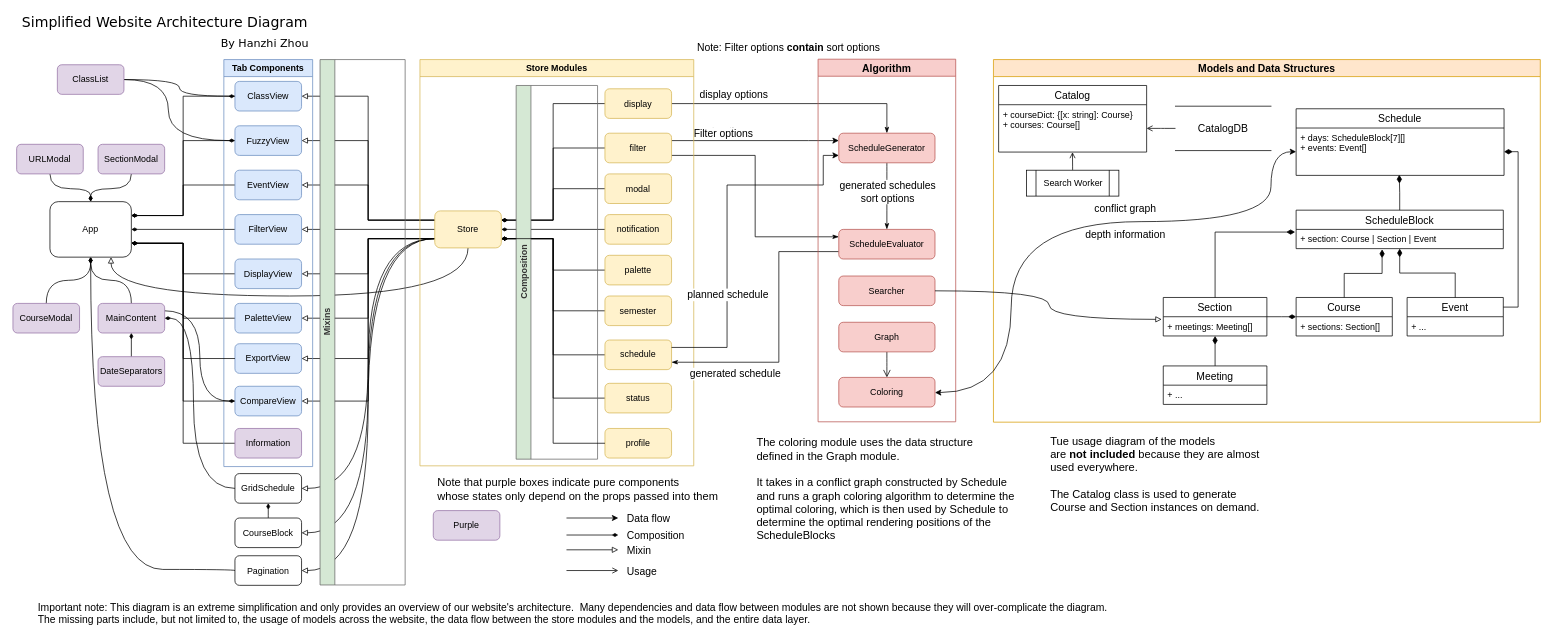
Earlier version of the draw.io diagram docs/Website Architecture.drawio (awesome-schedule/plannable). Source tidied: cells renumbered, new cells numbered last; positions are measured from the earlier drawing's top-left corner, leaving out a move shared by most shapes. Both pictures are drawn from the tidied source at 74%, with x=0, y=0 at pixel (13, 14).
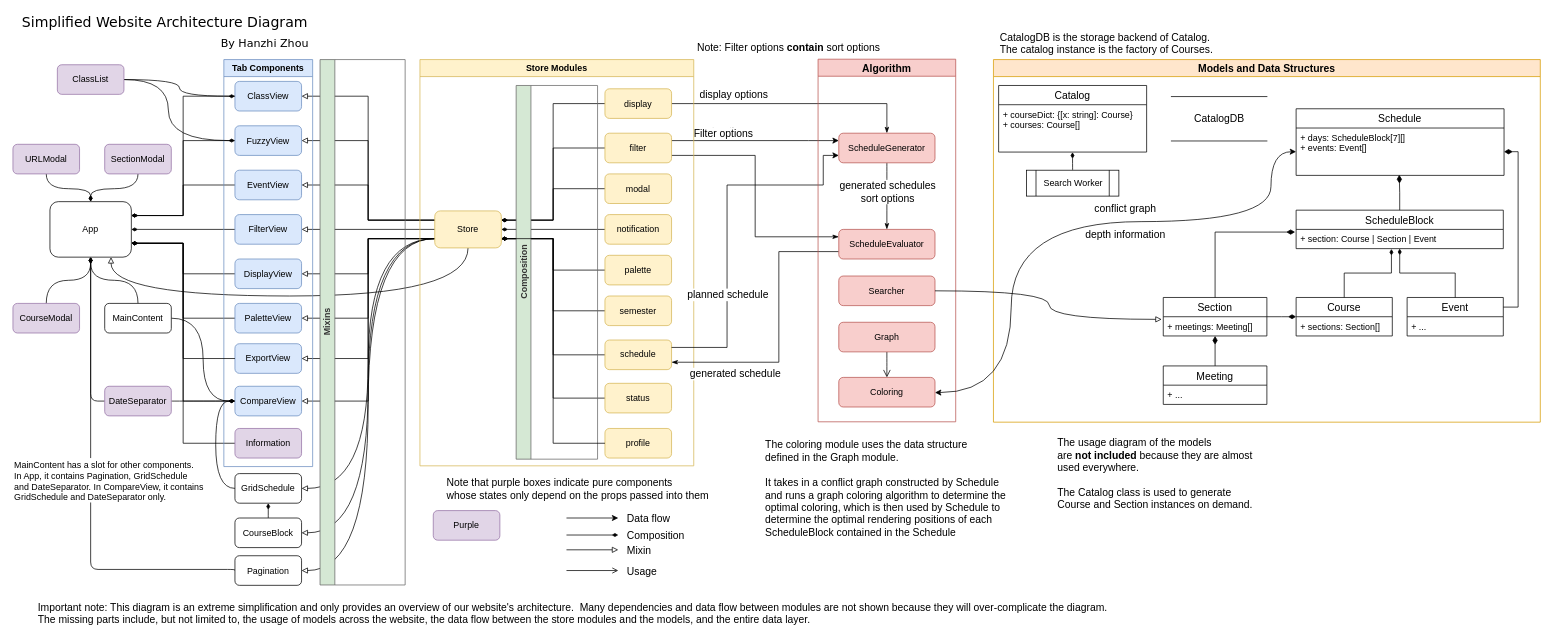
The same page after the edit.

Unchanged cells that the change refers to:
```xml
<mxCell id="41" value="App" style="rounded=1;whiteSpace=wrap;html=1;" parent="1" vertex="1">
  <mxGeometry x="50" y="253" width="110" height="75" as="geometry" />
</mxCell>
<mxCell id="52" value="CompareView" style="rounded=1;whiteSpace=wrap;html=1;fillColor=#dae8fc;strokeColor=#6c8ebf;" parent="49" vertex="1">
  <mxGeometry x="15" y="441.5" width="90" height="40" as="geometry" />
</mxCell>
<mxCell id="63" value="Pagination" style="rounded=1;whiteSpace=wrap;html=1;" parent="1" vertex="1">
  <mxGeometry x="300" y="731.5" width="90" height="40" as="geometry" />
</mxCell>
<mxCell id="65" value="GridSchedule" style="rounded=1;whiteSpace=wrap;html=1;" parent="1" vertex="1">
  <mxGeometry x="300" y="620.5" width="90" height="40" as="geometry" />
</mxCell>
<mxCell id="95" value="Course" style="swimlane;fontStyle=0;horizontal=1;startSize=26;fillColor=none;fontSize=14;" parent="1" vertex="1">
  <mxGeometry x="1734" y="382.5" width="130" height="52" as="geometry" />
</mxCell>
<mxCell id="107" value="ScheduleBlock" style="swimlane;fontStyle=0;horizontal=1;startSize=26;fillColor=none;fontSize=14;" parent="1" vertex="1">
  <mxGeometry x="1734" y="264.5" width="280" height="52" as="geometry" />
</mxCell>
<mxCell id="108" value="+ section: Course | Section | Event " style="text;strokeColor=none;fillColor=none;align=left;verticalAlign=top;spacingLeft=4;spacingRight=4;overflow=hidden;points=[[0,0.5],[1,0.5]];portConstraint=eastwest;" parent="107" vertex="1">
  <mxGeometry y="26" width="280" height="26" as="geometry" />
</mxCell>
<mxCell id="111" value="Event" style="swimlane;fontStyle=0;horizontal=1;startSize=26;fillColor=none;fontSize=14;" parent="1" vertex="1">
  <mxGeometry x="1884" y="382.5" width="130" height="52" as="geometry" />
</mxCell>
<mxCell id="113" value="Models and Data Structures" style="swimlane;fontSize=14;fillColor=#ffe6cc;strokeColor=#d79b00;" parent="1" vertex="1">
  <mxGeometry x="1325" y="61" width="739" height="490" as="geometry" />
</mxCell>
<mxCell id="117" value="Search Worker" style="shape=process;whiteSpace=wrap;html=1;backgroundOutline=1;" parent="113" vertex="1">
  <mxGeometry x="44.5" y="149.5" width="125" height="35" as="geometry" />
</mxCell>
<mxCell id="119" value="+ courseDict: {[x: string]: Course}&#10;+ courses: Course[]&#10;" style="text;strokeColor=none;fillColor=none;align=left;verticalAlign=top;spacingLeft=4;spacingRight=4;overflow=hidden;points=[[0,0.5],[1,0.5]];portConstraint=eastwest;" parent="118" vertex="1">
  <mxGeometry y="26" width="200" height="64" as="geometry" />
</mxCell>
```

What changed in the source:
```diff
@@
+    <mxCell id="62" style="edgeStyle=orthogonalEdgeStyle;rounded=1;jettySize=auto;html=1;exitX=0;exitY=0.5;exitDx=0;exitDy=0;entryX=0.5;entryY=1;entryDx=0;entryDy=0;endArrow=diamondThin;endFill=1;" parent="1" edge="1" source="63" target="41">
+      <mxGeometry relative="1" as="geometry">
+        <Array as="points">
+          <mxPoint x="300" y="750" />
+          <mxPoint x="105" y="750" />
+        </Array>
+      </mxGeometry>
+    </mxCell>
@@
-    <mxCell id="62" style="edgeStyle=orthogonalEdgeStyle;curved=1;rounded=0;jettySize=auto;html=1;exitX=0;exitY=0.5;exitDx=0;exitDy=0;entryX=0.5;entryY=1;entryDx=0;entryDy=0;endArrow=diamondThin;endFill=1;" parent="1" edge="1" source="63" target="41">
-      <mxGeometry relative="1" as="geometry">
-        <Array as="points">
-          <mxPoint x="300" y="750" />
-          <mxPoint x="105" y="750" />
-        </Array>
-      </mxGeometry>
-    </mxCell>
@@
-    <mxCell id="64" style="edgeStyle=orthogonalEdgeStyle;curved=1;rounded=0;jettySize=auto;html=1;exitX=0;exitY=0.5;exitDx=0;exitDy=0;entryX=1;entryY=0.5;entryDx=0;entryDy=0;startArrow=none;startFill=0;endArrow=diamondThin;endFill=1;" parent="1" edge="1" source="65" target="135">
-      <mxGeometry relative="1" as="geometry">
-        <Array as="points">
-          <mxPoint x="244" y="640" />
-          <mxPoint x="244" y="411" />
-        </Array>
-      </mxGeometry>
-    </mxCell>
+    <mxCell id="140" style="edgeStyle=orthogonalEdgeStyle;rounded=0;jettySize=auto;html=1;exitX=0;exitY=0.5;exitDx=0;exitDy=0;entryX=0;entryY=0.5;entryDx=0;entryDy=0;curved=1;endArrow=diamondThin;endFill=1;" parent="1" edge="1" source="65" target="52">
+      <mxGeometry relative="1" as="geometry">
+        <Array as="points">
+          <mxPoint x="274" y="640" />
+          <mxPoint x="274" y="523" />
+        </Array>
+      </mxGeometry>
+    </mxCell>
@@
     <mxCell id="71" value="SectionModal" style="rounded=1;whiteSpace=wrap;html=1;fillColor=#e1d5e7;strokeColor=#9673a6;" parent="1" vertex="1">
-      <mxGeometry x="115" y="175.5" width="90" height="40" as="geometry" />
+      <mxGeometry x="124" y="175.5" width="90" height="40" as="geometry" />
     </mxCell>
@@
-    <mxCell id="73" value="&lt;div style=&quot;text-align: left ; font-size: 15px&quot;&gt;&lt;span style=&quot;font-size: 15px&quot;&gt;Note that purple boxes indicate pure components&amp;nbsp;&lt;/span&gt;&lt;/div&gt;&lt;div style=&quot;text-align: left ; font-size: 15px&quot;&gt;&lt;span style=&quot;font-size: 15px&quot;&gt;whose states only depend on the props passed into them&lt;/span&gt;&lt;/div&gt;" style="text;html=1;align=center;verticalAlign=middle;fillColor=none;strokeColor=none;rounded=0;shadow=0;glass=0;fontSize=15;" parent="1" vertex="1">
+    <mxCell id="73" value="&lt;div style=&quot;text-align: left; font-size: 14px;&quot;&gt;&lt;span style=&quot;font-size: 14px;&quot;&gt;Note that purple boxes indicate pure components&amp;nbsp;&lt;/span&gt;&lt;/div&gt;&lt;div style=&quot;text-align: left; font-size: 14px;&quot;&gt;&lt;span style=&quot;font-size: 14px;&quot;&gt;whose states only depend on the props passed into them&lt;/span&gt;&lt;/div&gt;" style="text;html=1;align=center;verticalAlign=middle;fillColor=none;strokeColor=none;rounded=0;shadow=0;glass=0;fontSize=14;" parent="1" vertex="1">
       <mxGeometry x="568" y="620.5" width="390" height="40" as="geometry" />
     </mxCell>
@@
-    <mxCell id="94" style="edgeStyle=orthogonalEdgeStyle;rounded=0;jettySize=auto;html=1;exitX=0.5;exitY=0;exitDx=0;exitDy=0;entryX=0.415;entryY=1.039;entryDx=0;entryDy=0;entryPerimeter=0;endArrow=diamondThin;endFill=1;fontSize=14;endSize=9;" parent="1" edge="1" source="95" target="108">
-      <mxGeometry relative="1" as="geometry">
-        <Array as="points">
-          <mxPoint x="1799" y="350" />
-          <mxPoint x="1851" y="350" />
-        </Array>
-      </mxGeometry>
+    <mxCell id="94" style="edgeStyle=orthogonalEdgeStyle;rounded=0;jettySize=auto;html=1;exitX=0.5;exitY=0;exitDx=0;exitDy=0;entryX=0.46;entryY=1.016;entryDx=0;entryDy=0;entryPerimeter=0;endArrow=diamondThin;endFill=1;fontSize=14;" parent="1" edge="1" source="95" target="108">
+      <mxGeometry relative="1" as="geometry" />
     </mxCell>
@@
-    <mxCell id="109" style="edgeStyle=orthogonalEdgeStyle;rounded=0;jettySize=auto;html=1;exitX=0.5;exitY=0;exitDx=0;exitDy=0;endArrow=diamondThin;endFill=1;fontSize=14;endSize=9;" parent="1" edge="1" source="111" target="107">
+    <mxCell id="109" style="edgeStyle=orthogonalEdgeStyle;rounded=0;jettySize=auto;html=1;exitX=0.5;exitY=0;exitDx=0;exitDy=0;endArrow=diamondThin;endFill=1;fontSize=14;endSize=6;" parent="1" edge="1" source="111" target="107">
       <mxGeometry relative="1" as="geometry" />
     </mxCell>
@@
-    <mxCell id="114" style="edgeStyle=orthogonalEdgeStyle;curved=1;rounded=0;jettySize=auto;html=1;endArrow=open;endFill=0;" parent="113" edge="1" source="115" target="119">
-      <mxGeometry relative="1" as="geometry" />
-    </mxCell>
     <mxCell id="115" value="CatalogDB" style="shape=partialRectangle;whiteSpace=wrap;html=1;left=0;right=0;fillColor=none;fontSize=14;" parent="113" vertex="1">
-      <mxGeometry x="246" y="63" width="129" height="60" as="geometry" />
+      <mxGeometry x="240.5" y="50" width="129" height="60" as="geometry" />
     </mxCell>
-    <mxCell id="116" style="edgeStyle=orthogonalEdgeStyle;curved=1;rounded=0;jettySize=auto;html=1;exitX=0.5;exitY=0;exitDx=0;exitDy=0;entryX=0.499;entryY=1.003;entryDx=0;entryDy=0;entryPerimeter=0;endArrow=open;endFill=0;" parent="113" edge="1" source="117" target="119">
+    <mxCell id="116" style="edgeStyle=orthogonalEdgeStyle;curved=1;rounded=0;jettySize=auto;html=1;exitX=0.5;exitY=0;exitDx=0;exitDy=0;entryX=0.499;entryY=1.003;entryDx=0;entryDy=0;entryPerimeter=0;endArrow=diamondThin;endFill=1;" parent="113" edge="1" source="117" target="119">
       <mxGeometry relative="1" as="geometry" />
     </mxCell>
@@
-    <mxCell id="124" value="&lt;div style=&quot;text-align: left ; font-size: 15px&quot;&gt;The coloring module uses the data structure&amp;nbsp;&lt;/div&gt;&lt;div style=&quot;text-align: left ; font-size: 15px&quot;&gt;defined in the Graph module.&lt;/div&gt;&lt;div style=&quot;text-align: left ; font-size: 15px&quot;&gt;&lt;br&gt;&lt;/div&gt;&lt;div style=&quot;text-align: left ; font-size: 15px&quot;&gt;It takes in a conflict graph constructed by Schedule&amp;nbsp;&lt;/div&gt;&lt;div style=&quot;text-align: left ; font-size: 15px&quot;&gt;and&amp;nbsp;&lt;span&gt;runs a graph coloring algorithm to determine the&amp;nbsp;&lt;/span&gt;&lt;/div&gt;&lt;div style=&quot;text-align: left ; font-size: 15px&quot;&gt;optimal coloring, which is then used by Schedule to&lt;/div&gt;&lt;div style=&quot;text-align: left ; font-size: 15px&quot;&gt;determine the optimal rendering positions of the&amp;nbsp;&lt;/div&gt;&lt;div style=&quot;text-align: left ; font-size: 15px&quot;&gt;ScheduleBlocks&lt;/div&gt;" style="text;html=1;align=center;verticalAlign=middle;fillColor=none;strokeColor=none;rounded=0;shadow=0;glass=0;fontSize=15;" parent="1" vertex="1">
+    <mxCell id="124" value="&lt;div style=&quot;text-align: left; font-size: 14px;&quot;&gt;The coloring module uses the data structure&amp;nbsp;&lt;/div&gt;&lt;div style=&quot;text-align: left; font-size: 14px;&quot;&gt;defined in the Graph module.&lt;/div&gt;&lt;div style=&quot;text-align: left; font-size: 14px;&quot;&gt;&lt;br style=&quot;font-size: 14px;&quot;&gt;&lt;/div&gt;&lt;div style=&quot;text-align: left; font-size: 14px;&quot;&gt;It takes in a conflict graph constructed by Schedule&amp;nbsp;&lt;/div&gt;&lt;div style=&quot;text-align: left; font-size: 14px;&quot;&gt;and&amp;nbsp;&lt;span style=&quot;font-size: 14px;&quot;&gt;runs a graph coloring algorithm to determine the&amp;nbsp;&lt;/span&gt;&lt;/div&gt;&lt;div style=&quot;text-align: left; font-size: 14px;&quot;&gt;optimal coloring, which is then used by Schedule to&lt;/div&gt;&lt;div style=&quot;text-align: left; font-size: 14px;&quot;&gt;determine the optimal rendering positions of each&amp;nbsp;&lt;/div&gt;&lt;div style=&quot;text-align: left; font-size: 14px;&quot;&gt;ScheduleBlock contained in the Schedule&lt;/div&gt;" style="text;html=1;align=center;verticalAlign=middle;fillColor=none;strokeColor=none;rounded=0;shadow=0;glass=0;fontSize=14;" parent="1" vertex="1">
       <mxGeometry x="996" y="565.5" width="370" height="150" as="geometry" />
     </mxCell>
-    <mxCell id="125" value="&lt;div style=&quot;text-align: left ; font-size: 15px&quot;&gt;Tue usage diagram of the models&amp;nbsp;&lt;/div&gt;&lt;div style=&quot;text-align: left ; font-size: 15px&quot;&gt;are &lt;b&gt;not&amp;nbsp;&lt;/b&gt;&lt;b&gt;included&lt;/b&gt;&lt;span&gt; because they are almost&amp;nbsp;&lt;/span&gt;&lt;/div&gt;&lt;div style=&quot;text-align: left ; font-size: 15px&quot;&gt;&lt;span&gt;used&amp;nbsp;&lt;/span&gt;&lt;span&gt;everywhere.&lt;/span&gt;&lt;/div&gt;&lt;div style=&quot;text-align: left ; font-size: 15px&quot;&gt;&lt;br&gt;&lt;/div&gt;&lt;div style=&quot;text-align: left ; font-size: 15px&quot;&gt;The Catalog class is used to generate&amp;nbsp;&lt;/div&gt;&lt;div style=&quot;text-align: left ; font-size: 15px&quot;&gt;Course and Section instances on demand.&lt;/div&gt;" style="text;html=1;align=center;verticalAlign=middle;fillColor=none;strokeColor=none;rounded=0;shadow=0;glass=0;fontSize=15;" parent="1" vertex="1">
+    <mxCell id="125" value="&lt;div style=&quot;text-align: left; font-size: 14px;&quot;&gt;The usage diagram of the models&amp;nbsp;&lt;/div&gt;&lt;div style=&quot;text-align: left; font-size: 14px;&quot;&gt;are &lt;b style=&quot;font-size: 14px;&quot;&gt;not&amp;nbsp;&lt;/b&gt;&lt;b style=&quot;font-size: 14px;&quot;&gt;included&lt;/b&gt;&lt;span style=&quot;font-size: 14px;&quot;&gt; because they are almost&amp;nbsp;&lt;/span&gt;&lt;/div&gt;&lt;div style=&quot;text-align: left; font-size: 14px;&quot;&gt;&lt;span style=&quot;font-size: 14px;&quot;&gt;used&amp;nbsp;&lt;/span&gt;&lt;span style=&quot;font-size: 14px;&quot;&gt;everywhere.&lt;/span&gt;&lt;/div&gt;&lt;div style=&quot;text-align: left; font-size: 14px;&quot;&gt;&lt;br style=&quot;font-size: 14px;&quot;&gt;&lt;/div&gt;&lt;div style=&quot;text-align: left; font-size: 14px;&quot;&gt;The Catalog class is used to generate&amp;nbsp;&lt;/div&gt;&lt;div style=&quot;text-align: left; font-size: 14px;&quot;&gt;Course and Section instances on demand.&lt;/div&gt;" style="text;html=1;align=center;verticalAlign=middle;fillColor=none;strokeColor=none;rounded=0;shadow=0;glass=0;fontSize=14;" parent="1" vertex="1">
       <mxGeometry x="1395" y="565.5" width="300" height="110" as="geometry" />
     </mxCell>
@@
     <mxCell id="131" value="URLModal" style="rounded=1;whiteSpace=wrap;html=1;fillColor=#e1d5e7;strokeColor=#9673a6;" parent="1" vertex="1">
-      <mxGeometry x="5" y="175.5" width="90" height="40" as="geometry" />
+      <mxGeometry y="175.5" width="90" height="40" as="geometry" />
     </mxCell>
@@
-    <mxCell id="133" style="edgeStyle=orthogonalEdgeStyle;rounded=0;jettySize=auto;html=1;exitX=1;exitY=0.25;exitDx=0;exitDy=0;entryX=0;entryY=0.5;entryDx=0;entryDy=0;endArrow=diamondThin;endFill=1;curved=1;" parent="1" edge="1" source="135" target="52">
+    <mxCell id="133" style="edgeStyle=orthogonalEdgeStyle;rounded=0;jettySize=auto;html=1;exitX=1;exitY=0.5;exitDx=0;exitDy=0;entryX=0;entryY=0.5;entryDx=0;entryDy=0;endArrow=diamondThin;endFill=1;curved=1;" parent="1" edge="1" source="135" target="52">
       <mxGeometry relative="1" as="geometry" />
     </mxCell>
@@
-    <mxCell id="135" value="MainContent" style="rounded=1;whiteSpace=wrap;html=1;fillColor=#e1d5e7;strokeColor=#9673a6;" parent="1" vertex="1">
-      <mxGeometry x="115" y="390.5" width="90" height="40" as="geometry" />
+    <mxCell id="135" value="MainContent" style="rounded=1;whiteSpace=wrap;html=1;" parent="1" vertex="1">
+      <mxGeometry x="124" y="390.5" width="90" height="40" as="geometry" />
     </mxCell>
-    <mxCell id="136" style="edgeStyle=orthogonalEdgeStyle;rounded=0;jettySize=auto;html=1;exitX=0.5;exitY=0;exitDx=0;exitDy=0;entryX=0.5;entryY=1;entryDx=0;entryDy=0;endArrow=diamondThin;endFill=1;" parent="1" edge="1" source="137" target="135">
-      <mxGeometry relative="1" as="geometry" />
-    </mxCell>
+    <mxCell id="141" style="edgeStyle=orthogonalEdgeStyle;curved=1;rounded=0;jettySize=auto;html=1;exitX=1;exitY=0.5;exitDx=0;exitDy=0;entryX=0;entryY=0.5;entryDx=0;entryDy=0;endArrow=diamondThin;endFill=1;" parent="1" edge="1" source="137" target="52">
+      <mxGeometry relative="1" as="geometry" />
+    </mxCell>
+    <mxCell id="142" style="edgeStyle=orthogonalEdgeStyle;rounded=1;jettySize=auto;html=1;exitX=0;exitY=0.5;exitDx=0;exitDy=0;entryX=0.5;entryY=1;entryDx=0;entryDy=0;endArrow=diamondThin;endFill=1;" parent="1" edge="1" source="137" target="41">
+      <mxGeometry relative="1" as="geometry">
+        <Array as="points">
+          <mxPoint x="105" y="523" />
+        </Array>
+      </mxGeometry>
+    </mxCell>
-    <mxCell id="137" value="DateSeparators" style="rounded=1;whiteSpace=wrap;html=1;fillColor=#e1d5e7;strokeColor=#9673a6;" parent="1" vertex="1">
-      <mxGeometry x="115" y="462.5" width="90" height="40" as="geometry" />
+    <mxCell id="137" value="DateSeparator" style="rounded=1;whiteSpace=wrap;html=1;fillColor=#e1d5e7;strokeColor=#9673a6;" parent="1" vertex="1">
+      <mxGeometry x="124" y="502.5" width="90" height="40" as="geometry" />
     </mxCell>
@@
+    <mxCell id="143" value="CatalogDB is the storage backend of Catalog.&lt;br style=&quot;font-size: 14px&quot;&gt;The catalog instance is the factory of Courses." style="text;html=1;align=left;verticalAlign=top;spacingTop=-4;fontSize=14;" parent="1" vertex="1">
+      <mxGeometry x="1332" y="19.5" width="300" height="40" as="geometry" />
+    </mxCell>
+    <mxCell id="144" value="MainContent has a slot for other components.&lt;br&gt;In App, it contains Pagination, GridSchedule&lt;br&gt;and DateSeparator. In CompareView, it contains&lt;br&gt;GridSchedule and DateSeparator only.&amp;nbsp;" style="text;html=1;align=left;verticalAlign=top;spacingTop=-4;fillColor=#ffffff;" parent="1" vertex="1">
+      <mxGeometry y="599.5" width="270" height="60" as="geometry" />
+    </mxCell>
```
